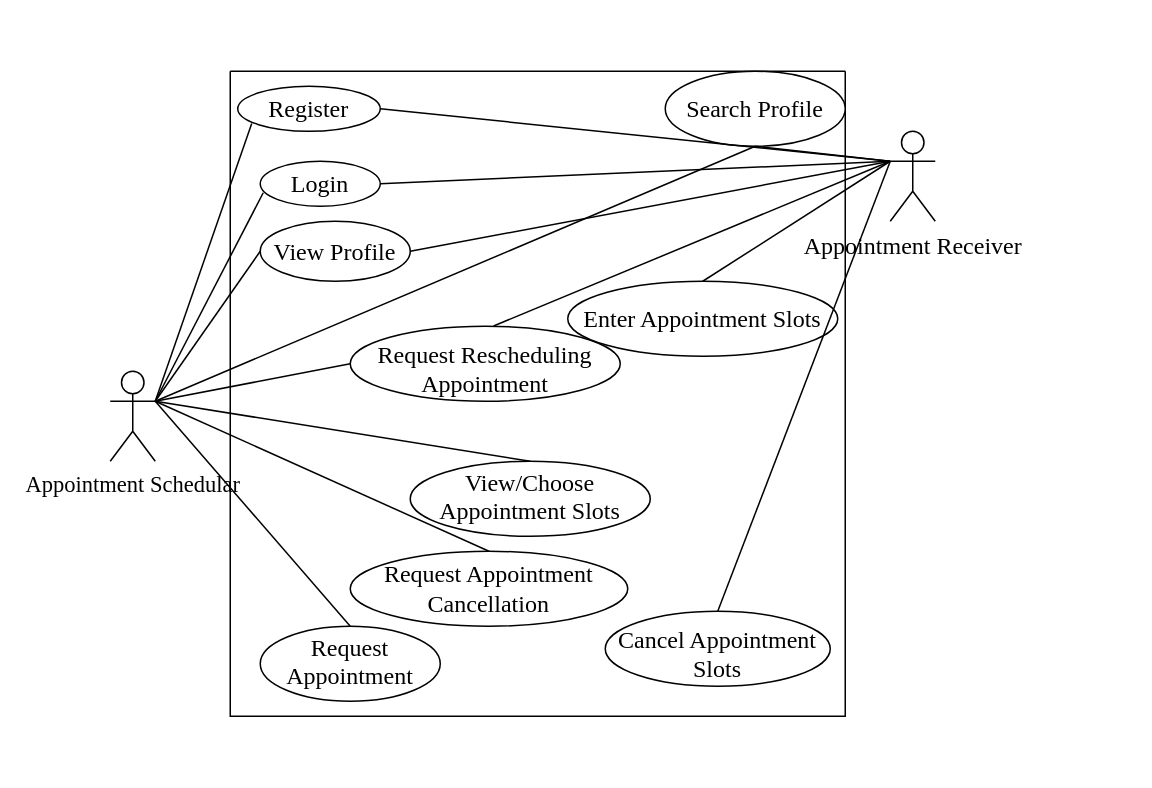
Before: UseCase v1.1.drawio in Yash7200/CP-1, a draw.io diagram. Source tidied: cells renumbered, new cells numbered last; positions are measured from the earlier drawing's top-left corner, leaving out a move shared by most shapes. Both pictures are drawn from the tidied source at 150%, with x=0, y=0 at pixel (110, 70).
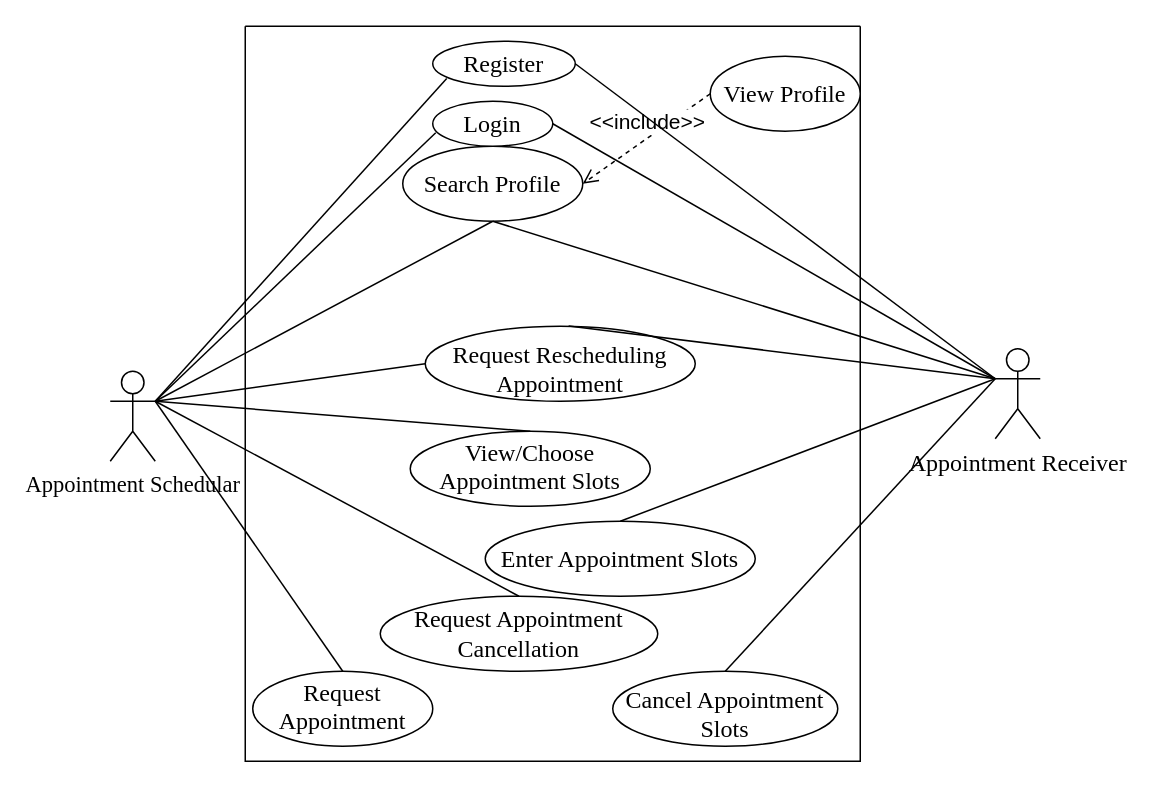
After the change.

The change refers to these unchanged cells:
```xml
<mxCell id="2" value="Appointment Schedular" style="shape=umlActor;verticalLabelPosition=bottom;verticalAlign=top;outlineConnect=0;fontFamily=Times New Roman;html=1;fontSize=15;horizontal=1;" parent="1" vertex="1">
  <mxGeometry y="200" width="30" height="60" as="geometry" />
</mxCell>
```

The edit, as a diff of the source:
```diff
@@
     <mxCell id="3" style="swimlane;startSize=0;" parent="1" vertex="1">
-      <mxGeometry x="80" width="410" height="430" as="geometry" />
+      <mxGeometry x="90" y="-30" width="410" height="490" as="geometry" />
     </mxCell>
     <mxCell id="4" value="&lt;div&gt;Register&lt;/div&gt;" style="ellipse;whiteSpace=wrap;html=1;fontFamily=Times New Roman;fontSize=16;verticalAlign=middle;spacing=0;" parent="3" vertex="1">
-      <mxGeometry x="5" y="10" width="95" height="30" as="geometry" />
+      <mxGeometry x="125" y="10" width="95" height="30" as="geometry" />
     </mxCell>
     <mxCell id="5" value="&lt;div&gt;Search Profile&lt;/div&gt;" style="ellipse;whiteSpace=wrap;html=1;fontFamily=Times New Roman;fontSize=16;" parent="3" vertex="1">
-      <mxGeometry x="290" width="120" height="50" as="geometry" />
+      <mxGeometry x="105" y="80" width="120" height="50" as="geometry" />
     </mxCell>
     <mxCell id="6" value="View/Choose Appointment Slots" style="ellipse;whiteSpace=wrap;html=1;fontFamily=Times New Roman;fontSize=16;verticalAlign=top;spacing=0;" parent="3" vertex="1">
-      <mxGeometry x="120" y="260" width="160" height="50" as="geometry" />
+      <mxGeometry x="110" y="270" width="160" height="50" as="geometry" />
     </mxCell>
     <mxCell id="7" value="&lt;div&gt;View Profile&lt;/div&gt;" style="ellipse;whiteSpace=wrap;html=1;fontFamily=Times New Roman;fontSize=16;verticalAlign=middle;" parent="3" vertex="1">
-      <mxGeometry x="20" y="100" width="100" height="40" as="geometry" />
+      <mxGeometry x="310" y="20" width="100" height="50" as="geometry" />
     </mxCell>
     <mxCell id="8" value="Cancel Appointment Slots" style="ellipse;whiteSpace=wrap;html=1;fontFamily=Times New Roman;fontSize=16;verticalAlign=bottom;" parent="3" vertex="1">
-      <mxGeometry x="250" y="360" width="150" height="50" as="geometry" />
+      <mxGeometry x="245" y="430" width="150" height="50" as="geometry" />
     </mxCell>
     <mxCell id="9" value="Request Appointment" style="ellipse;whiteSpace=wrap;html=1;fontFamily=Times New Roman;fontSize=16;verticalAlign=top;spacing=0;" parent="3" vertex="1">
-      <mxGeometry x="20" y="370" width="120" height="50" as="geometry" />
+      <mxGeometry x="5" y="430" width="120" height="50" as="geometry" />
     </mxCell>
     <mxCell id="10" value="Request Rescheduling Appointment" style="ellipse;whiteSpace=wrap;html=1;fontFamily=Times New Roman;fontSize=16;verticalAlign=bottom;" parent="3" vertex="1">
-      <mxGeometry x="80" y="170" width="180" height="50" as="geometry" />
+      <mxGeometry x="120" y="200" width="180" height="50" as="geometry" />
     </mxCell>
     <mxCell id="11" value="Request Appointment Cancellation" style="ellipse;whiteSpace=wrap;html=1;fontFamily=Times New Roman;fontSize=16;" parent="3" vertex="1">
-      <mxGeometry x="80" y="320" width="185" height="50" as="geometry" />
+      <mxGeometry x="90" y="380" width="185" height="50" as="geometry" />
     </mxCell>
     <mxCell id="12" value="Enter Appointment Slots" style="ellipse;whiteSpace=wrap;html=1;fontFamily=Times New Roman;fontSize=16;verticalAlign=middle;" parent="3" vertex="1">
-      <mxGeometry x="225" y="140" width="180" height="50" as="geometry" />
+      <mxGeometry x="160" y="330" width="180" height="50" as="geometry" />
     </mxCell>
     <mxCell id="13" value="Login" style="ellipse;whiteSpace=wrap;html=1;fontFamily=Times New Roman;fontSize=16;verticalAlign=middle;spacing=0;" parent="3" vertex="1">
-      <mxGeometry x="20" y="60" width="80" height="30" as="geometry" />
+      <mxGeometry x="125" y="50" width="80" height="30" as="geometry" />
     </mxCell>
+    <mxCell id="30" value="&amp;lt;&amp;lt;include&amp;gt;&amp;gt;" style="html=1;verticalAlign=bottom;endArrow=open;dashed=1;endSize=8;rounded=0;fontSize=14;exitX=0;exitY=0.5;exitDx=0;exitDy=0;entryX=1;entryY=0.5;entryDx=0;entryDy=0;" parent="3" edge="1" source="7" target="5">
+      <mxGeometry relative="1" as="geometry" />
+    </mxCell>
@@
     <mxCell id="15" value="&lt;div&gt;Appointment Receiver&lt;/div&gt;&lt;div&gt;&lt;br&gt;&lt;/div&gt;" style="shape=umlActor;verticalLabelPosition=bottom;verticalAlign=top;html=1;fontFamily=Times New Roman;fontSize=16;" parent="1" vertex="1">
-      <mxGeometry x="520" y="40" width="30" height="60" as="geometry" />
+      <mxGeometry x="590" y="185" width="30" height="60" as="geometry" />
     </mxCell>
@@
-    <mxCell id="21" style="endArrow=none;html=1;rounded=0;fontFamily=Times New Roman;fontSize=15;fontColor=#FF3333;entryX=0;entryY=0.5;entryDx=0;entryDy=0;exitX=1;exitY=0.3333333333333333;exitDx=0;exitDy=0;exitPerimeter=0;" parent="1" edge="1" source="2" target="7">
-      <mxGeometry relative="1" as="geometry" />
-    </mxCell>
-    <mxCell id="22" style="endArrow=none;html=1;rounded=0;fontFamily=Times New Roman;fontSize=15;fontColor=#FF3333;entryX=0;entryY=0.3333333333333333;entryDx=0;entryDy=0;entryPerimeter=0;exitX=1;exitY=0.5;exitDx=0;exitDy=0;" parent="1" edge="1" source="7" target="15">
-      <mxGeometry relative="1" as="geometry" />
-    </mxCell>
```
